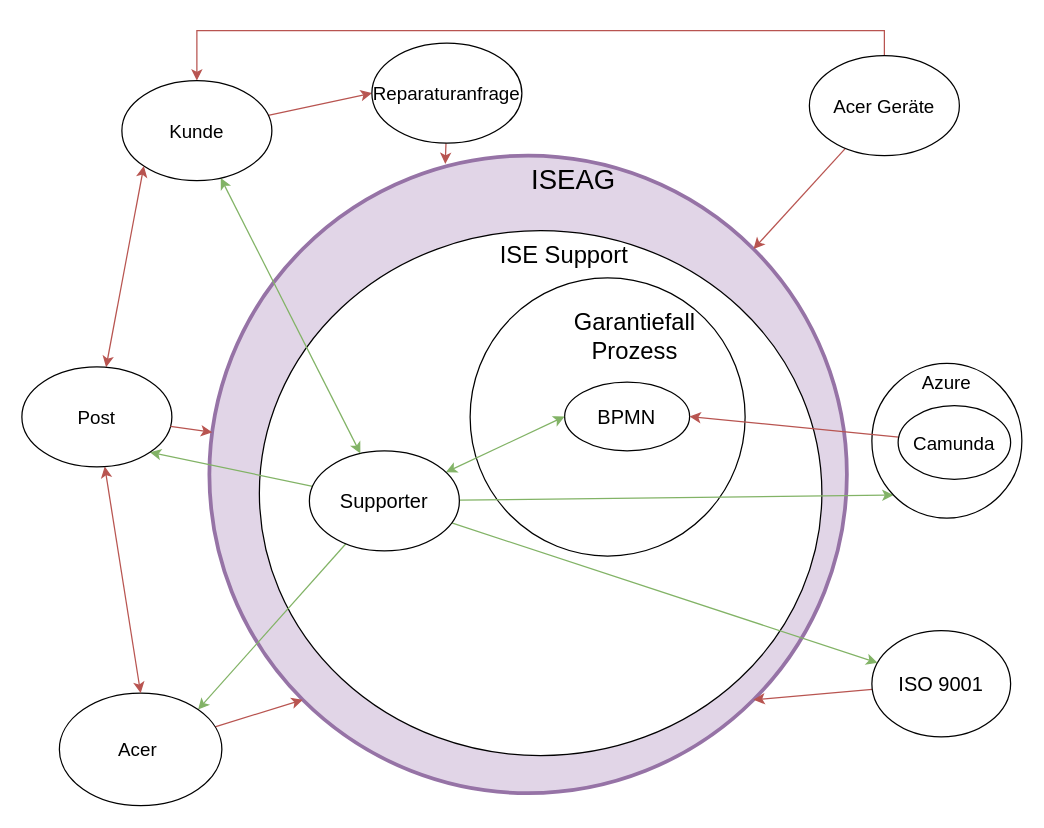
Earlier version of the draw.io diagram ressources/SEUSAG_Garantiefall.drawio (Bazzako/SemArb2-BPM). Source tidied: cells renumbered, new cells numbered last; positions are measured from the earlier drawing's top-left corner, leaving out a move shared by most shapes. Both pictures are drawn from the tidied source at 125%, with x=0, y=0 at pixel (21, 42).
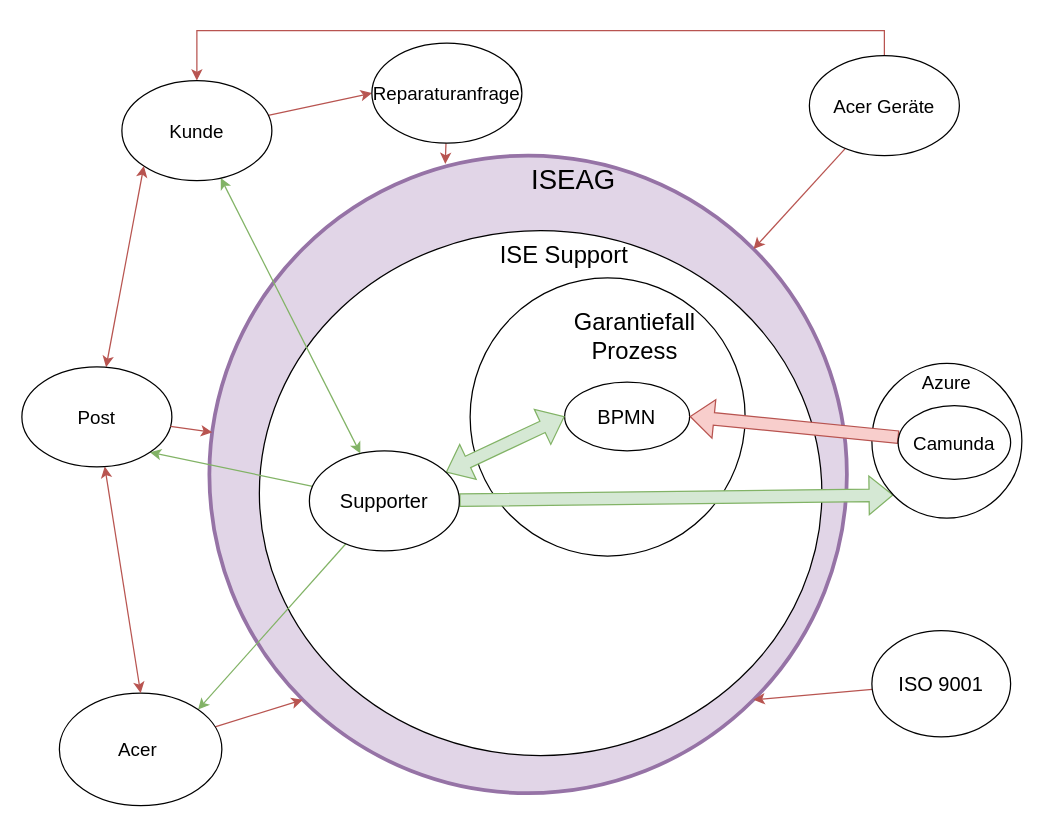
The same page after the edit.

The change refers to these unchanged cells:
```xml
<mxCell id="7" value="&lt;font style=&quot;font-size: 16px;&quot;&gt;BPMN&lt;/font&gt;" style="ellipse;whiteSpace=wrap;html=1;" parent="1" vertex="1">
  <mxGeometry x="434.2" y="271.2" width="100" height="55" as="geometry" />
</mxCell>
<mxCell id="10" value="&lt;font style=&quot;font-size: 16px;&quot;&gt;ISO 9001&lt;/font&gt;" style="ellipse;whiteSpace=wrap;html=1;" parent="1" vertex="1">
  <mxGeometry x="680" y="470" width="111" height="85" as="geometry" />
</mxCell>
<mxCell id="16" value="&lt;font style=&quot;font-size: 16px;&quot;&gt;Supporter&lt;/font&gt;" style="ellipse;whiteSpace=wrap;html=1;" parent="1" vertex="1">
  <mxGeometry x="230" y="326.2" width="120" height="80" as="geometry" />
</mxCell>
<mxCell id="31" value="&lt;font style=&quot;font-size: 15px;&quot;&gt;Azure&lt;/font&gt;" style="ellipse;whiteSpace=wrap;html=1;verticalAlign=top;" parent="1" vertex="1">
  <mxGeometry x="680" y="256.2" width="120" height="123.8" as="geometry" />
</mxCell>
<mxCell id="33" value="&lt;font style=&quot;font-size: 15px;&quot;&gt;Camunda&lt;/font&gt;" style="ellipse;whiteSpace=wrap;html=1;" parent="1" vertex="1">
  <mxGeometry x="701" y="290" width="90" height="59" as="geometry" />
</mxCell>
```

What changed in the source:
```diff
@@
-    <mxCell id="11" style="rounded=0;jettySize=auto;html=1;fillColor=#d5e8d4;strokeColor=#82b366;" parent="1" edge="1" source="16" target="10">
-      <mxGeometry relative="1" as="geometry" />
-    </mxCell>
-    <mxCell id="12" style="rounded=0;jettySize=auto;html=1;entryX=0;entryY=0.5;entryDx=0;entryDy=0;startArrow=classic;startFill=1;fillColor=#d5e8d4;strokeColor=#82b366;" parent="1" edge="1" source="16" target="7">
+    <mxCell id="12" style="rounded=0;jettySize=auto;html=1;entryX=0;entryY=0.5;entryDx=0;entryDy=0;startArrow=classic;startFill=1;fillColor=#d5e8d4;strokeColor=#82b366;shape=flexArrow;" parent="1" edge="1" source="16" target="7">
       <mxGeometry relative="1" as="geometry" />
     </mxCell>
-    <mxCell id="13" style="rounded=0;jettySize=auto;html=1;entryX=0;entryY=1;entryDx=0;entryDy=0;fillColor=#d5e8d4;strokeColor=#82b366;" parent="1" edge="1" source="16" target="31">
+    <mxCell id="13" style="rounded=0;jettySize=auto;html=1;entryX=0;entryY=1;entryDx=0;entryDy=0;fillColor=#d5e8d4;strokeColor=#82b366;shape=flexArrow;" parent="1" edge="1" source="16" target="31">
       <mxGeometry relative="1" as="geometry" />
     </mxCell>
@@
-    <mxCell id="32" style="rounded=0;jettySize=auto;html=1;entryX=1;entryY=0.5;entryDx=0;entryDy=0;fillColor=#f8cecc;strokeColor=#b85450;" parent="1" edge="1" source="33" target="7">
+    <mxCell id="32" style="rounded=0;jettySize=auto;html=1;entryX=1;entryY=0.5;entryDx=0;entryDy=0;fillColor=#f8cecc;strokeColor=#b85450;shape=flexArrow;" parent="1" edge="1" source="33" target="7">
       <mxGeometry relative="1" as="geometry" />
     </mxCell>
```
